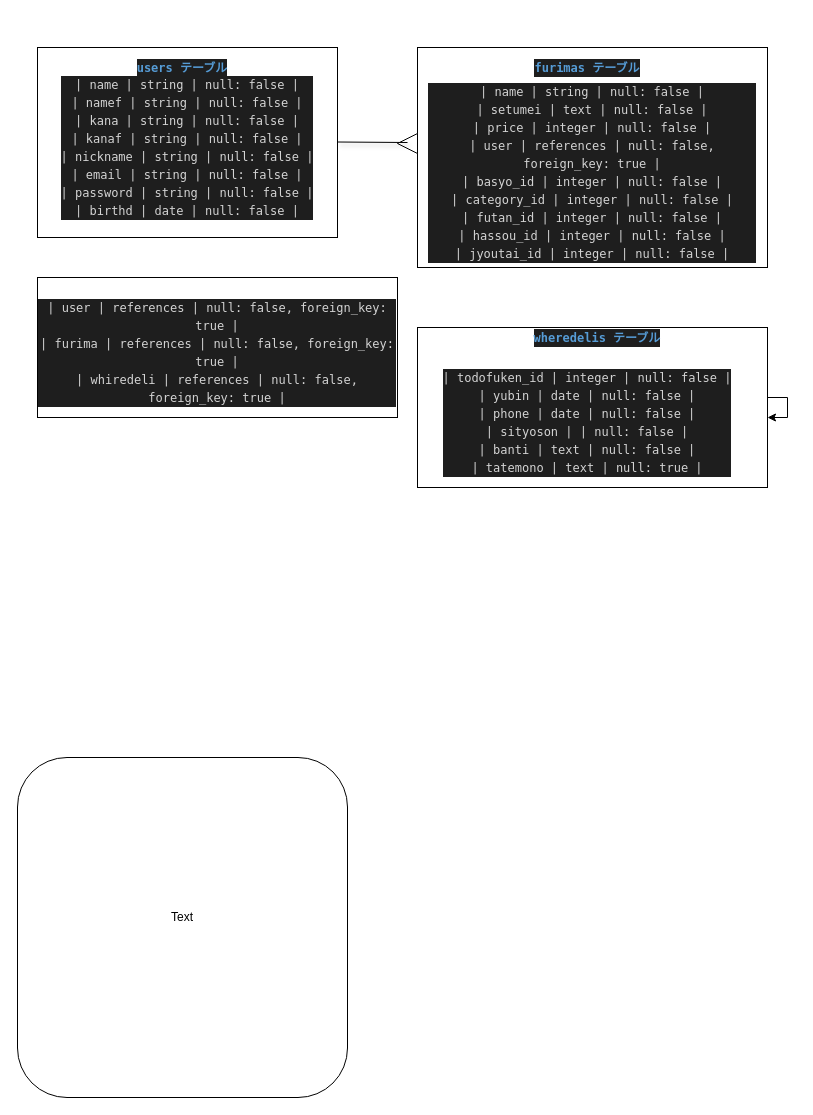
Earlier version of the draw.io diagram sekkeidb.dio (POSOkawa/furima-35269). Source tidied: cells renumbered, new cells numbered last; positions are measured from the earlier drawing's top-left corner, leaving out a move shared by most shapes. Both pictures are drawn from the tidied source at 100%, with x=0, y=0 at pixel (17, 47).
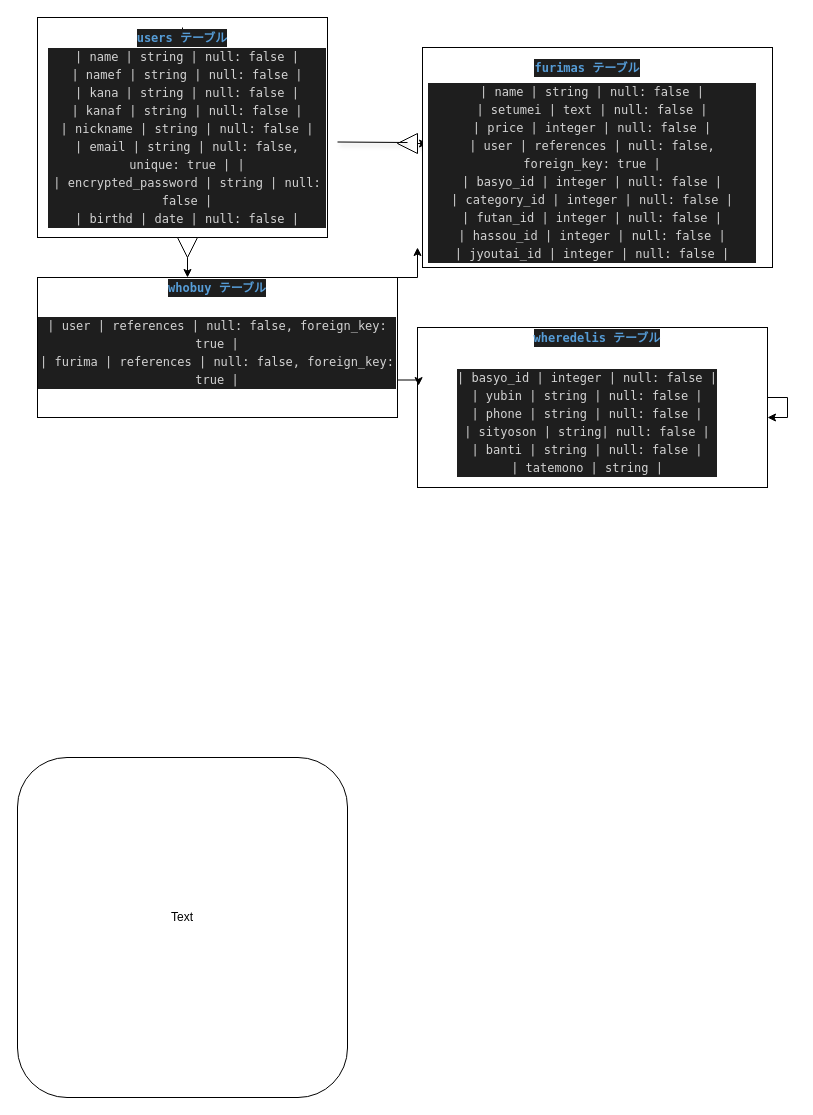
The same page after the edit.

Unchanged cells that the change refers to:
```xml
<mxCell id="13" style="rounded=0;whiteSpace=wrap;html=1;" parent="1" vertex="1">
  <mxGeometry x="400" y="280" width="350" height="160" as="geometry" />
</mxCell>
<mxCell id="18" style="rounded=0;whiteSpace=wrap;html=1;" parent="1" vertex="1">
  <mxGeometry x="20" y="230" width="360" height="140" as="geometry" />
</mxCell>
```

What changed in the source:
```diff
@@
     <mxCell id="5" style="rounded=0;whiteSpace=wrap;html=1;" parent="1" vertex="1">
-      <mxGeometry x="20" width="300" height="190" as="geometry" />
+      <mxGeometry x="20" y="-30" width="290" height="220" as="geometry" />
     </mxCell>
+    <mxCell id="20" style="edgeStyle=orthogonalEdgeStyle;rounded=0;jettySize=auto;html=1;entryX=0.406;entryY=0;entryDx=0;entryDy=0;entryPerimeter=0;" parent="1" edge="1" source="25" target="24">
+      <mxGeometry relative="1" as="geometry" />
+    </mxCell>
-    <mxCell id="6" value="&lt;div style=&quot;color: rgb(212 , 212 , 212) ; background-color: rgb(30 , 30 , 30) ; font-family: &amp;#34;menlo&amp;#34; , &amp;#34;monaco&amp;#34; , &amp;#34;courier new&amp;#34; , monospace ; line-height: 18px&quot;&gt;&lt;div&gt;| name     | string | null: false |&lt;/div&gt;&lt;div&gt;| namef     | string | null: false |&lt;/div&gt;&lt;div&gt;| kana    | string | null: false |&lt;/div&gt;&lt;div&gt;| kanaf    | string | null: false |&lt;/div&gt;&lt;div&gt;| nickname     | string | null: false |&lt;/div&gt;&lt;div&gt;| email    | string | null: false |&lt;/div&gt;&lt;div&gt;| password | string | null: false |&lt;/div&gt;&lt;div&gt;| birthd | date | null: false |&lt;/div&gt;&lt;/div&gt;" style="text;html=1;strokeColor=none;fillColor=none;align=center;verticalAlign=middle;whiteSpace=wrap;rounded=0;" parent="1" vertex="1">
-      <mxGeometry x="30" y="20" width="280" height="160" as="geometry" />
+    <mxCell id="6" value="&lt;div style=&quot;color: rgb(212 , 212 , 212) ; background-color: rgb(30 , 30 , 30) ; font-family: &amp;#34;menlo&amp;#34; , &amp;#34;monaco&amp;#34; , &amp;#34;courier new&amp;#34; , monospace ; line-height: 18px&quot;&gt;&lt;div&gt;| name     | string | null: false |&lt;/div&gt;&lt;div&gt;| namef     | string | null: false |&lt;/div&gt;&lt;div&gt;| kana    | string | null: false |&lt;/div&gt;&lt;div&gt;| kanaf    | string | null: false |&lt;/div&gt;&lt;div&gt;| nickname     | string | null: false |&lt;/div&gt;&lt;div&gt;| email    | string | null: false&lt;span style=&quot;font-family: &amp;#34;menlo&amp;#34; , &amp;#34;monaco&amp;#34; , &amp;#34;courier new&amp;#34; , monospace&quot;&gt;, unique: true |&lt;/span&gt;&amp;nbsp;|&lt;/div&gt;&lt;div&gt;|&amp;nbsp;&lt;span style=&quot;font-family: &amp;#34;menlo&amp;#34; , &amp;#34;monaco&amp;#34; , &amp;#34;courier new&amp;#34; , monospace&quot;&gt;encrypted_&lt;/span&gt;password | string | null: false |&lt;/div&gt;&lt;div&gt;| birthd | date | null: false |&lt;/div&gt;&lt;/div&gt;" style="text;html=1;strokeColor=none;fillColor=none;align=center;verticalAlign=middle;whiteSpace=wrap;rounded=0;" parent="1" vertex="1">
+      <mxGeometry x="30" y="10" width="280" height="160" as="geometry" />
     </mxCell>
+    <mxCell id="21" style="edgeStyle=orthogonalEdgeStyle;rounded=0;jettySize=auto;html=1;exitX=0.5;exitY=0;exitDx=0;exitDy=0;" parent="1" edge="1" source="7">
+      <mxGeometry relative="1" as="geometry">
+        <mxPoint x="165" y="-10" as="targetPoint" />
+      </mxGeometry>
+    </mxCell>
     <mxCell id="7" value="&lt;div style=&quot;color: rgb(212 , 212 , 212) ; background-color: rgb(30 , 30 , 30) ; font-family: &amp;#34;menlo&amp;#34; , &amp;#34;monaco&amp;#34; , &amp;#34;courier new&amp;#34; , monospace ; line-height: 18px&quot;&gt;&lt;span style=&quot;color: #569cd6 ; font-weight: bold&quot;&gt;users テーブル&lt;/span&gt;&lt;/div&gt;" style="text;html=1;strokeColor=none;fillColor=none;align=center;verticalAlign=middle;whiteSpace=wrap;rounded=0;" parent="1" vertex="1">
-      <mxGeometry x="45" y="10" width="240" height="20" as="geometry" />
+      <mxGeometry x="45" y="-20" width="240" height="20" as="geometry" />
     </mxCell>
     <mxCell id="8" style="rounded=0;whiteSpace=wrap;html=1;" parent="1" vertex="1">
-      <mxGeometry x="400" width="350" height="220" as="geometry" />
+      <mxGeometry x="405" width="350" height="220" as="geometry" />
     </mxCell>
@@
-    <mxCell id="14" value="&lt;div style=&quot;color: rgb(212 , 212 , 212) ; background-color: rgb(30 , 30 , 30) ; font-family: &amp;#34;menlo&amp;#34; , &amp;#34;monaco&amp;#34; , &amp;#34;courier new&amp;#34; , monospace ; line-height: 18px&quot;&gt;&lt;div&gt;| todofuken_id   | integer | null: false |&lt;br&gt;&lt;/div&gt;&lt;div&gt;| yubin   | date | null: false |&lt;/div&gt;&lt;div&gt;| phone   | date | null: false |&lt;/div&gt;&lt;div&gt;| sityoson  |  | null: false |&lt;/div&gt;&lt;div&gt;| banti   | text | null: false |&lt;/div&gt;&lt;div&gt;| tatemono   | text | null: true |&lt;/div&gt;&lt;/div&gt;" style="text;html=1;strokeColor=none;fillColor=none;align=center;verticalAlign=middle;whiteSpace=wrap;rounded=0;" parent="1" vertex="1">
+    <mxCell id="14" value="&lt;div style=&quot;color: rgb(212 , 212 , 212) ; background-color: rgb(30 , 30 , 30) ; font-family: &amp;#34;menlo&amp;#34; , &amp;#34;monaco&amp;#34; , &amp;#34;courier new&amp;#34; , monospace ; line-height: 18px&quot;&gt;&lt;div style=&quot;font-family: &amp;#34;menlo&amp;#34; , &amp;#34;monaco&amp;#34; , &amp;#34;courier new&amp;#34; , monospace ; line-height: 18px&quot;&gt;&lt;div&gt;| basyo_id   | integer | null: false |&lt;/div&gt;&lt;div&gt;| yubin   | string | null: false |&lt;/div&gt;&lt;div&gt;| phone   | string | null: false |&lt;/div&gt;&lt;div&gt;| sityoson  | string| null: false |&lt;/div&gt;&lt;div&gt;| banti   | string | null: false |&lt;/div&gt;&lt;div&gt;| tatemono   | string |&lt;/div&gt;&lt;/div&gt;&lt;/div&gt;" style="text;html=1;strokeColor=none;fillColor=none;align=center;verticalAlign=middle;whiteSpace=wrap;rounded=0;" parent="1" vertex="1">
       <mxGeometry x="405" y="310" width="330" height="130" as="geometry" />
     </mxCell>
@@
+    <mxCell id="22" style="edgeStyle=orthogonalEdgeStyle;rounded=0;jettySize=auto;html=1;exitX=1;exitY=0;exitDx=0;exitDy=0;" parent="1" edge="1" source="18">
+      <mxGeometry relative="1" as="geometry">
+        <mxPoint x="400" y="200" as="targetPoint" />
+      </mxGeometry>
+    </mxCell>
@@
+    <mxCell id="23" style="edgeStyle=orthogonalEdgeStyle;rounded=0;jettySize=auto;html=1;exitX=1;exitY=0.75;exitDx=0;exitDy=0;entryX=0.003;entryY=0.363;entryDx=0;entryDy=0;entryPerimeter=0;" parent="1" edge="1" source="19" target="13">
+      <mxGeometry relative="1" as="geometry" />
+    </mxCell>
-    <mxCell id="19" value="&lt;div style=&quot;color: rgb(212 , 212 , 212) ; background-color: rgb(30 , 30 , 30) ; font-family: &amp;#34;menlo&amp;#34; , &amp;#34;monaco&amp;#34; , &amp;#34;courier new&amp;#34; , monospace ; line-height: 18px&quot;&gt;&lt;div&gt;| user   | references | null: false, foreign_key: true |&lt;/div&gt;&lt;div&gt;| furima   | references | null: false, foreign_key: true |&lt;/div&gt;&lt;div&gt;| whiredeli   | references | null: false, foreign_key: true |&lt;/div&gt;&lt;/div&gt;" style="text;html=1;strokeColor=none;fillColor=none;align=center;verticalAlign=middle;whiteSpace=wrap;rounded=0;" parent="1" vertex="1">
+    <mxCell id="19" value="&lt;div style=&quot;color: rgb(212 , 212 , 212) ; background-color: rgb(30 , 30 , 30) ; font-family: &amp;#34;menlo&amp;#34; , &amp;#34;monaco&amp;#34; , &amp;#34;courier new&amp;#34; , monospace ; line-height: 18px&quot;&gt;&lt;div&gt;| user   | references | null: false, foreign_key: true |&lt;/div&gt;&lt;div&gt;| furima   | references | null: false, foreign_key: true |&lt;/div&gt;&lt;/div&gt;" style="text;html=1;strokeColor=none;fillColor=none;align=center;verticalAlign=middle;whiteSpace=wrap;rounded=0;" parent="1" vertex="1">
       <mxGeometry x="20" y="250" width="360" height="110" as="geometry" />
     </mxCell>
+    <mxCell id="24" value="&lt;div style=&quot;color: rgb(212 , 212 , 212) ; background-color: rgb(30 , 30 , 30) ; font-family: &amp;#34;menlo&amp;#34; , &amp;#34;monaco&amp;#34; , &amp;#34;courier new&amp;#34; , monospace ; line-height: 18px&quot;&gt;&lt;span style=&quot;color: #569cd6 ; font-weight: bold&quot;&gt;whobuy テーブル&lt;/span&gt;&lt;/div&gt;" style="text;html=1;strokeColor=none;fillColor=none;align=center;verticalAlign=middle;whiteSpace=wrap;rounded=0;" parent="1" vertex="1">
+      <mxGeometry x="40" y="230" width="320" height="20" as="geometry" />
+    </mxCell>
+    <mxCell id="25" style="triangle;whiteSpace=wrap;html=1;direction=south;" parent="1" vertex="1">
+      <mxGeometry x="160" y="190" width="20" height="20" as="geometry" />
+    </mxCell>
```
